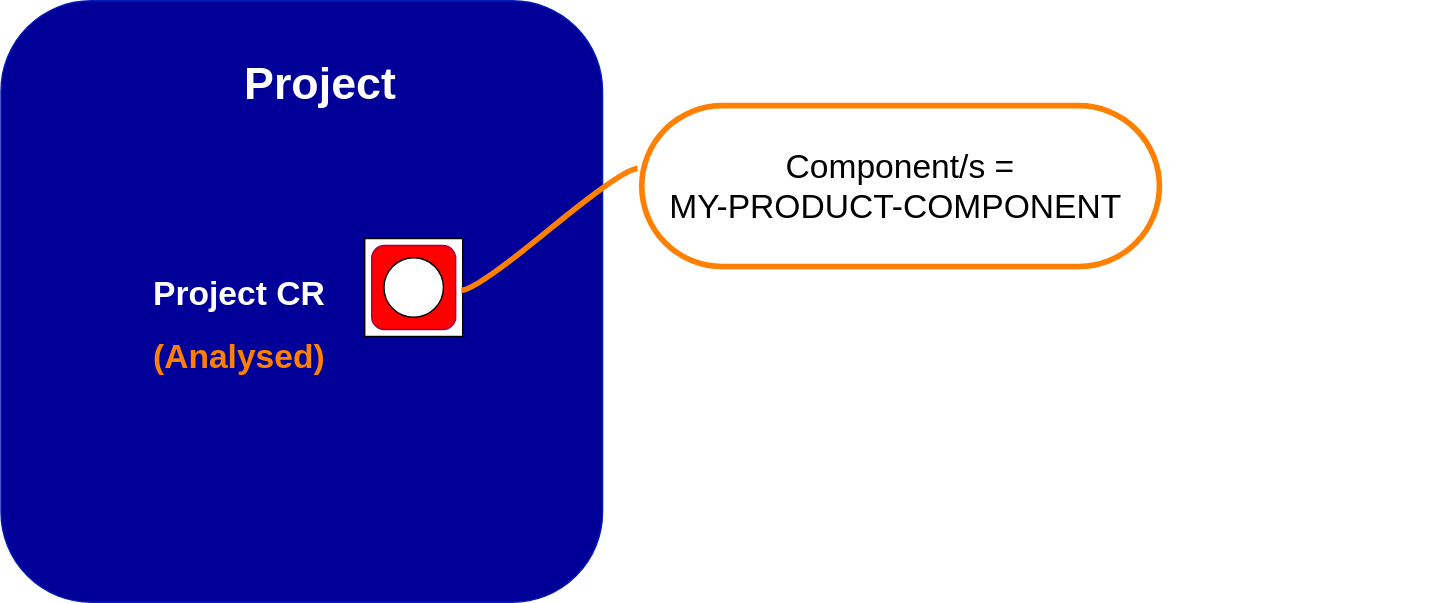
alaindelanay/drawings keeps this draw.io diagram as EasySyncAutomaticProject0.svg. Above is the earlier version. Source tidied: cells renumbered, new cells last; positions are measured from the earlier drawing's top-left corner, leaving out a move shared by most shapes.
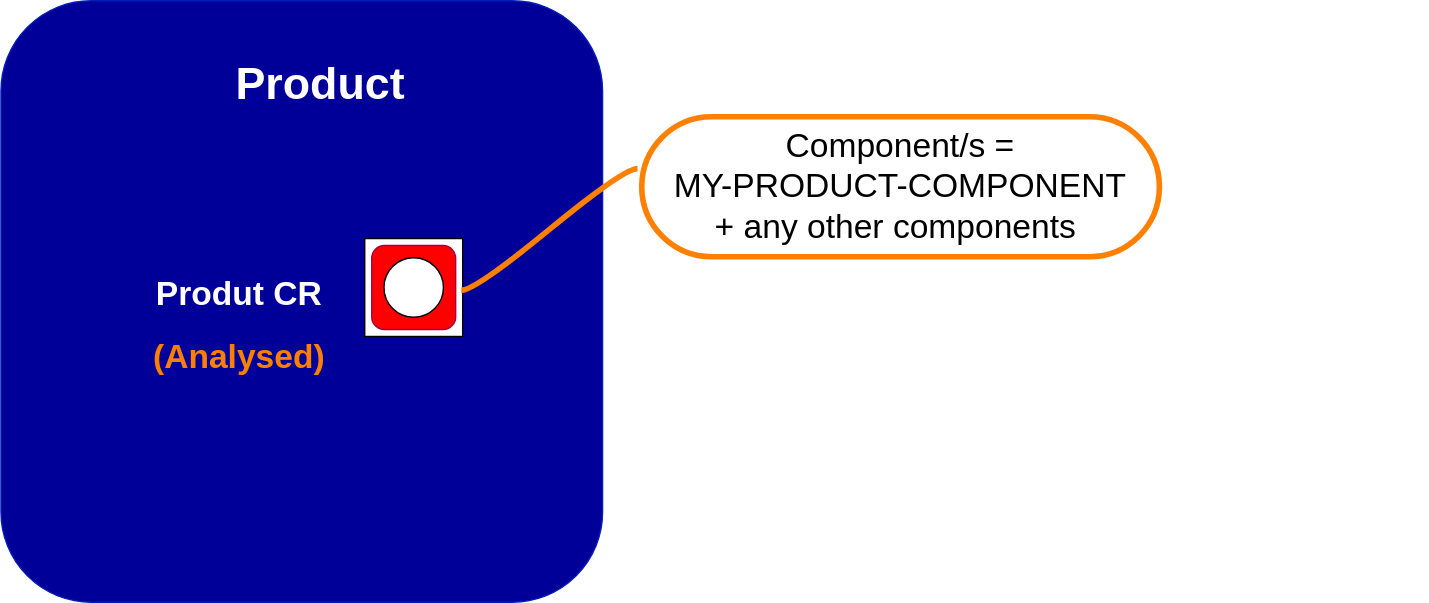
After the change.

Commit message:
Mettre à jour EasySyncAutomaticProject0.svg

Diff of the diagram source:
```diff
@@ -5,7 +5,7 @@
     <mxCell id="2" style="whiteSpace=wrap;html=1;rounded=1;fillColor=#000099;strokeColor=#001DBC;fontColor=#ffffff;" parent="1" vertex="1">
       <mxGeometry width="430" height="430" as="geometry" />
     </mxCell>
-    <mxCell id="3" value="&lt;font style=&quot;font-size: 32px;&quot; color=&quot;#ffffff&quot;&gt;Project&lt;/font&gt;" style="text;strokeColor=none;fillColor=none;html=1;fontSize=24;fontStyle=1;verticalAlign=middle;align=center;" parent="1" vertex="1">
+    <mxCell id="3" value="&lt;font style=&quot;font-size: 32px;&quot; color=&quot;#ffffff&quot;&gt;Product&lt;/font&gt;" style="text;strokeColor=none;fillColor=none;html=1;fontSize=24;fontStyle=1;verticalAlign=middle;align=center;" parent="1" vertex="1">
       <mxGeometry x="165" y="30" width="125" height="60" as="geometry" />
     </mxCell>
     <mxCell id="4" value="&lt;font style=&quot;font-size: 32px;&quot; color=&quot;#ffffff&quot;&gt;Product&lt;/font&gt;" style="text;strokeColor=none;fillColor=none;html=1;fontSize=24;fontStyle=1;verticalAlign=middle;align=center;" parent="1" vertex="1">
@@ -23,7 +23,7 @@
     <mxCell id="8" style="ellipse;whiteSpace=wrap;html=1;" parent="5" vertex="1">
       <mxGeometry x="13.8" y="13.8" width="42.5" height="42.5" as="geometry" />
     </mxCell>
-    <mxCell id="9" value="&lt;font style=&quot;font-size: 24px;&quot; color=&quot;#ffffff&quot;&gt;Project CR&lt;/font&gt;" style="text;strokeColor=none;fillColor=none;html=1;fontSize=24;fontStyle=1;verticalAlign=middle;align=center;" parent="1" vertex="1">
+    <mxCell id="9" value="&lt;font style=&quot;font-size: 24px;&quot; color=&quot;#ffffff&quot;&gt;Produt CR&lt;/font&gt;" style="text;strokeColor=none;fillColor=none;html=1;fontSize=24;fontStyle=1;verticalAlign=middle;align=center;" parent="1" vertex="1">
       <mxGeometry x="95" y="190" width="150" height="40" as="geometry" />
     </mxCell>
     <mxCell id="10" value="&lt;font style=&quot;font-size: 24px;&quot; color=&quot;#ffffff&quot;&gt;Product CR&lt;/font&gt;" style="text;strokeColor=none;fillColor=none;html=1;fontSize=24;fontStyle=1;verticalAlign=middle;align=center;" parent="1" vertex="1">
@@ -32,8 +32,8 @@
     <mxCell id="11" value="&lt;font color=&quot;#ff8000&quot;&gt;(Analysed)&lt;/font&gt;" style="text;strokeColor=none;fillColor=none;html=1;fontSize=24;fontStyle=1;verticalAlign=middle;align=center;" parent="1" vertex="1">
       <mxGeometry x="120" y="235" width="100" height="40" as="geometry" />
     </mxCell>
-    <mxCell id="12" value="&lt;font style=&quot;font-size: 24px;&quot;&gt;Component/s =&lt;br&gt;MY-PRODUCT-COMPONENT&amp;nbsp;&lt;/font&gt;" style="whiteSpace=wrap;html=1;rounded=1;arcSize=50;align=center;verticalAlign=middle;strokeWidth=4;spacing=4;newEdgeStyle={&quot;edgeStyle&quot;:&quot;entityRelationEdgeStyle&quot;,&quot;startArrow&quot;:&quot;none&quot;,&quot;endArrow&quot;:&quot;none&quot;,&quot;segment&quot;:10,&quot;curved&quot;:1,&quot;sourcePerimeterSpacing&quot;:0,&quot;targetPerimeterSpacing&quot;:0};strokeColor=#FF8000;" parent="1" vertex="1">
-      <mxGeometry x="458" y="75" width="370" height="115" as="geometry" />
+    <mxCell id="12" value="&lt;font style=&quot;font-size: 24px;&quot;&gt;Component/s =&lt;br&gt;MY-PRODUCT-COMPONENT&lt;br&gt;+ any other components&amp;nbsp;&lt;/font&gt;" style="whiteSpace=wrap;html=1;rounded=1;arcSize=50;align=center;verticalAlign=middle;strokeWidth=4;spacing=4;newEdgeStyle={&quot;edgeStyle&quot;:&quot;entityRelationEdgeStyle&quot;,&quot;startArrow&quot;:&quot;none&quot;,&quot;endArrow&quot;:&quot;none&quot;,&quot;segment&quot;:10,&quot;curved&quot;:1,&quot;sourcePerimeterSpacing&quot;:0,&quot;targetPerimeterSpacing&quot;:0};strokeColor=#FF8000;" parent="1" vertex="1">
+      <mxGeometry x="458" y="83" width="370" height="100" as="geometry" />
     </mxCell>
     <mxCell id="13" style="edgeStyle=entityRelationEdgeStyle;startArrow=none;endArrow=none;segment=10;curved=1;sourcePerimeterSpacing=0;targetPerimeterSpacing=0;rounded=0;exitX=0.986;exitY=0.457;exitDx=0;exitDy=0;exitPerimeter=0;strokeColor=#FF8000;strokeWidth=4;" parent="1" edge="1">
       <mxGeometry relative="1" as="geometry">
```
